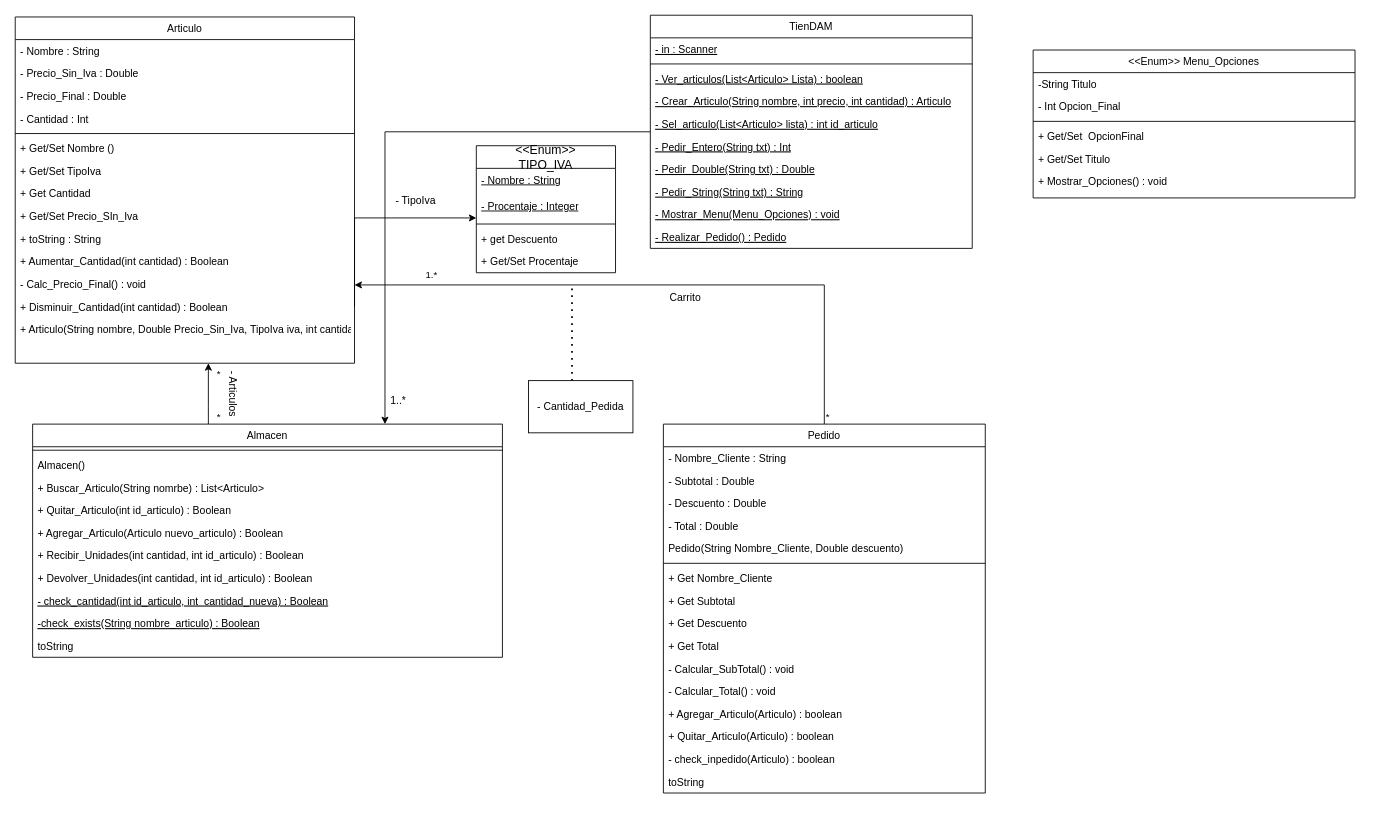
Above: Diagrama sense títol.drawio in cristian9751/Ejercicios_Progrmacion (draw.io), before the change. Source tidied: cells renumbered, new cells numbered last; positions are measured from the earlier drawing's top-left corner, leaving out a move shared by most shapes. Both pictures are drawn from the tidied source at 87%, with x=0, y=0 at pixel (15, 15). Pictures stored in the file or linked from it are replaced by grey dashed boxes.
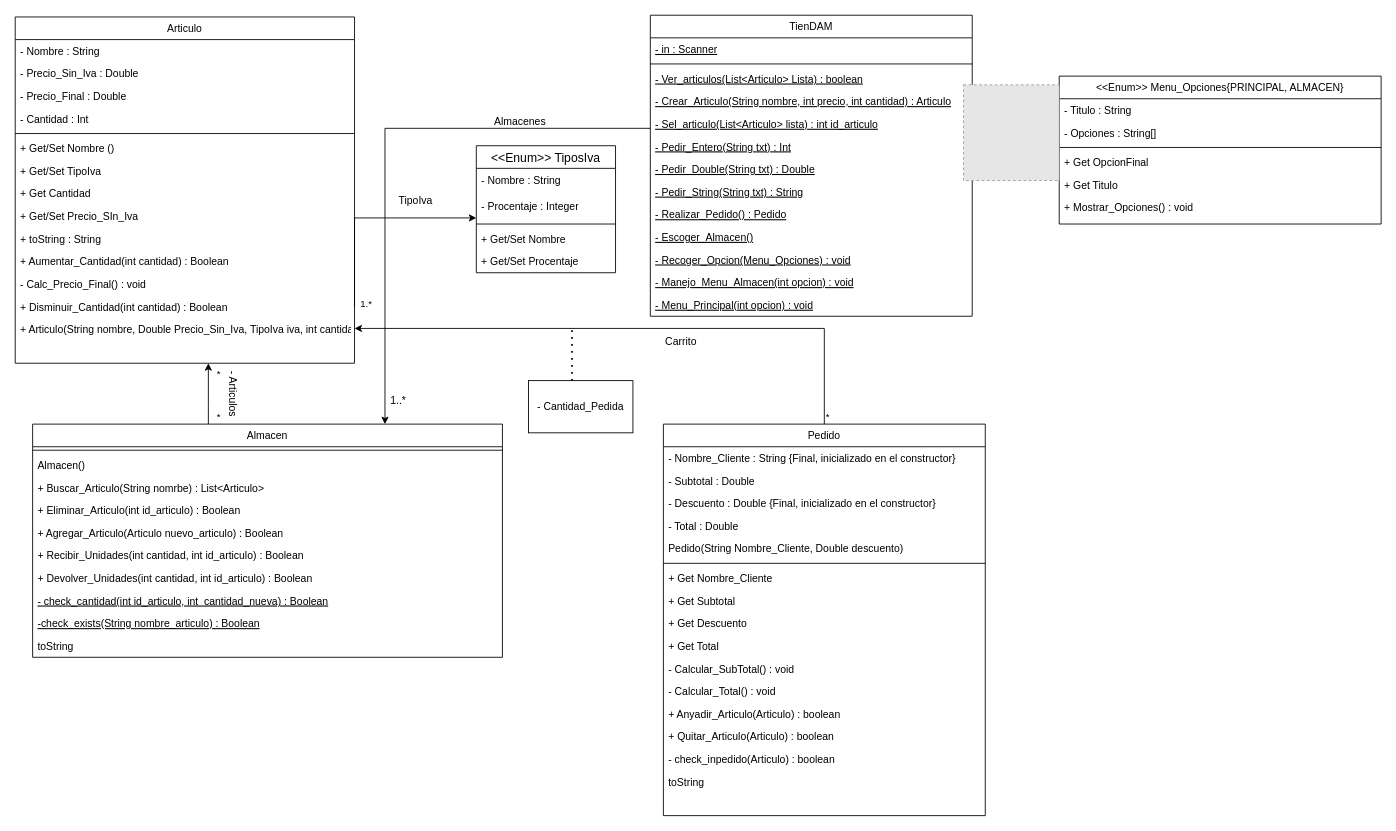
Above is the later version.

Unchanged cells that the change refers to:
```xml
<mxCell id="18" value="Almacen" style="swimlane;fontStyle=0;align=center;verticalAlign=top;horizontal=1;startSize=26;rounded=0;shadow=0;strokeWidth=1;" parent="1" vertex="1">
  <mxGeometry x="20" y="470" width="540" height="268" as="geometry" />
</mxCell>
```

Diff of the diagram source:
```diff
@@
-    <mxCell id="22" value="+ Quitar_Articulo(int id_articulo) : Boolean" style="text;align=left;verticalAlign=top;spacingLeft=4;spacingRight=4;overflow=hidden;" parent="18" vertex="1">
+    <mxCell id="22" value="+ Eliminar_Articulo(int id_articulo) : Boolean" style="text;align=left;verticalAlign=top;spacingLeft=4;spacingRight=4;overflow=hidden;" parent="18" vertex="1">
       <mxGeometry y="86" width="540" height="26" as="geometry" />
     </mxCell>
@@
     <mxCell id="29" style="edgeStyle=orthogonalEdgeStyle;rounded=0;jettySize=auto;html=1;" parent="1" edge="1" source="30">
       <mxGeometry relative="1" as="geometry">
-        <mxPoint x="390" y="310" as="targetPoint" />
+        <mxPoint x="390" y="360" as="targetPoint" />
         <Array as="points">
-          <mxPoint x="930" y="310" />
-          <mxPoint x="390" y="310" />
+          <mxPoint x="930" y="360" />
+          <mxPoint x="390" y="360" />
         </Array>
       </mxGeometry>
     </mxCell>
     <mxCell id="30" value="Pedido" style="swimlane;fontStyle=0;align=center;verticalAlign=top;horizontal=1;startSize=26;rounded=0;shadow=0;strokeWidth=1;" parent="1" vertex="1">
-      <mxGeometry x="745" y="470" width="370" height="424" as="geometry" />
+      <mxGeometry x="745" y="470" width="370" height="450" as="geometry" />
     </mxCell>
-    <mxCell id="31" value="- Nombre_Cliente : String" style="text;align=left;verticalAlign=top;spacingLeft=4;spacingRight=4;overflow=hidden;" parent="30" vertex="1">
+    <mxCell id="31" value="- Nombre_Cliente : String {Final, inicializado en el constructor}" style="text;align=left;verticalAlign=top;spacingLeft=4;spacingRight=4;overflow=hidden;" parent="30" vertex="1">
       <mxGeometry y="26" width="370" height="26" as="geometry" />
     </mxCell>
@@
-    <mxCell id="33" value="- Descuento : Double" style="text;align=left;verticalAlign=top;spacingLeft=4;spacingRight=4;overflow=hidden;" parent="30" vertex="1">
+    <mxCell id="33" value="- Descuento : Double {Final, inicializado en el constructor}" style="text;align=left;verticalAlign=top;spacingLeft=4;spacingRight=4;overflow=hidden;" parent="30" vertex="1">
       <mxGeometry y="78" width="370" height="26" as="geometry" />
     </mxCell>
@@
-    <mxCell id="43" value="+ Agregar_Articulo(Articulo) : boolean" style="text;align=left;verticalAlign=top;spacingLeft=4;spacingRight=4;overflow=hidden;" parent="30" vertex="1">
-      <mxGeometry y="320" width="370" height="26" as="geometry" />
-    </mxCell>
+    <mxCell id="83" value="+ Anyadir_Articulo(Articulo) : boolean" style="text;align=left;verticalAlign=top;spacingLeft=4;spacingRight=4;overflow=hidden;" parent="30" vertex="1">
+      <mxGeometry y="320" width="370" height="26" as="geometry" />
+    </mxCell>
@@
     <mxCell id="47" style="edgeStyle=orthogonalEdgeStyle;rounded=0;jettySize=auto;html=1;entryX=0.75;entryY=0;entryDx=0;entryDy=0;" parent="1" edge="1" source="48" target="18">
-      <mxGeometry relative="1" as="geometry" />
+      <mxGeometry relative="1" as="geometry">
+        <Array as="points">
+          <mxPoint x="425" y="130" />
+        </Array>
+      </mxGeometry>
     </mxCell>
     <mxCell id="48" value="TienDAM&#10;" style="swimlane;fontStyle=0;align=center;verticalAlign=top;horizontal=1;startSize=26;rounded=0;shadow=0;strokeWidth=1;" parent="1" vertex="1">
-      <mxGeometry x="730" width="370" height="268" as="geometry" />
+      <mxGeometry x="730" width="370" height="346" as="geometry" />
     </mxCell>
@@
-    <mxCell id="57" value="- Mostrar_Menu(Menu_Opciones) : void" style="text;align=left;verticalAlign=top;spacingLeft=4;spacingRight=4;overflow=hidden;fontStyle=4;" parent="48" vertex="1">
-      <mxGeometry y="216" width="370" height="26" as="geometry" />
-    </mxCell>
     <mxCell id="58" value="- Realizar_Pedido() : Pedido" style="text;align=left;verticalAlign=top;spacingLeft=4;spacingRight=4;overflow=hidden;fontStyle=4;" parent="48" vertex="1">
-      <mxGeometry y="242" width="370" height="26" as="geometry" />
+      <mxGeometry y="216" width="370" height="26" as="geometry" />
     </mxCell>
+    <mxCell id="84" value="- Escoger_Almacen()" style="text;align=left;verticalAlign=top;spacingLeft=4;spacingRight=4;overflow=hidden;fontStyle=4;" parent="48" vertex="1">
+      <mxGeometry y="242" width="370" height="26" as="geometry" />
+    </mxCell>
+    <mxCell id="85" value="- Recoger_Opcion(Menu_Opciones) : void" style="text;align=left;verticalAlign=top;spacingLeft=4;spacingRight=4;overflow=hidden;fontStyle=4;" parent="48" vertex="1">
+      <mxGeometry y="268" width="370" height="26" as="geometry" />
+    </mxCell>
+    <mxCell id="86" value="- Manejo_Menu_Almacen(int opcion) : void" style="text;align=left;verticalAlign=top;spacingLeft=4;spacingRight=4;overflow=hidden;fontStyle=4;" parent="48" vertex="1">
+      <mxGeometry y="294" width="370" height="26" as="geometry" />
+    </mxCell>
+    <mxCell id="87" value="- Menu_Principal(int opcion) : void" style="text;align=left;verticalAlign=top;spacingLeft=4;spacingRight=4;overflow=hidden;fontStyle=4;" parent="48" vertex="1">
+      <mxGeometry y="320" width="370" height="26" as="geometry" />
+    </mxCell>
-    <mxCell id="59" value="&lt;&lt;Enum&gt;&gt;&#10;TIPO_IVA" style="swimlane;fontStyle=0;horizontal=1;startSize=26;align=center;fontSize=14;" parent="1" vertex="1">
+    <mxCell id="59" value="&lt;&lt;Enum&gt;&gt; TiposIva" style="swimlane;fontStyle=0;horizontal=1;startSize=26;align=center;fontSize=14;" parent="1" vertex="1">
       <mxGeometry x="530" y="150" width="160" height="146" as="geometry" />
     </mxCell>
-    <mxCell id="60" value="&lt;u&gt;- Nombre : String&lt;br&gt;&lt;/u&gt;" style="text;strokeColor=none;fillColor=none;spacingLeft=4;spacingRight=4;overflow=hidden;fontSize=12;whiteSpace=wrap;html=1;" parent="59" vertex="1">
+    <mxCell id="60" value="- Nombre : String" style="text;strokeColor=none;fillColor=none;spacingLeft=4;spacingRight=4;overflow=hidden;fontSize=12;whiteSpace=wrap;html=1;" parent="59" vertex="1">
       <mxGeometry y="26" width="160" height="30" as="geometry" />
     </mxCell>
-    <mxCell id="61" value="&lt;u&gt;- Procentaje : Integer&lt;br&gt;&lt;/u&gt;" style="text;strokeColor=none;fillColor=none;spacingLeft=4;spacingRight=4;overflow=hidden;fontSize=12;whiteSpace=wrap;html=1;" parent="59" vertex="1">
+    <mxCell id="61" value="- Procentaje : Integer" style="text;strokeColor=none;fillColor=none;spacingLeft=4;spacingRight=4;overflow=hidden;fontSize=12;whiteSpace=wrap;html=1;" parent="59" vertex="1">
       <mxGeometry y="56" width="160" height="30" as="geometry" />
     </mxCell>
@@
-    <mxCell id="63" value="+ get Descuento" style="text;align=left;verticalAlign=top;spacingLeft=4;spacingRight=4;overflow=hidden;" parent="59" vertex="1">
+    <mxCell id="63" value="+ Get/Set Nombre" style="text;align=left;verticalAlign=top;spacingLeft=4;spacingRight=4;overflow=hidden;" parent="59" vertex="1">
       <mxGeometry y="94" width="160" height="26" as="geometry" />
     </mxCell>
@@
     <mxCell id="66" value="1.*" style="edgeLabel;html=1;align=left;verticalAlign=bottom;" parent="1" vertex="1">
-      <mxGeometry x="270.1" y="410" as="geometry">
+      <mxGeometry x="195" y="443" as="geometry">
         <mxPoint x="200" y="-103" as="offset" />
       </mxGeometry>
     </mxCell>
@@
-    <mxCell id="71" value="- TipoIva" style="text;html=1;align=center;verticalAlign=middle;strokeColor=none;fillColor=none;" parent="1" vertex="1">
-      <mxGeometry x="425" y="198" width="70" height="30" as="geometry" />
+    <mxCell id="71" value="TipoIva" style="text;html=1;align=center;verticalAlign=middle;strokeColor=none;fillColor=none;" parent="1" vertex="1">
+      <mxGeometry x="430" y="198" width="60" height="30" as="geometry" />
     </mxCell>
     <mxCell id="72" value="Carrito" style="text;html=1;align=center;verticalAlign=middle;strokeColor=none;fillColor=none;" parent="1" vertex="1">
-      <mxGeometry x="740" y="310" width="60" height="30" as="geometry" />
+      <mxGeometry x="735" y="360" width="60" height="30" as="geometry" />
     </mxCell>
@@
     <mxCell id="74" style="endArrow=none;dashed=1;html=1;dashPattern=1 3;strokeWidth=2;rounded=0;" parent="1" edge="1">
       <mxGeometry relative="1" as="geometry">
         <mxPoint x="640" y="420" as="sourcePoint" />
-        <mxPoint x="640" y="310" as="targetPoint" />
+        <mxPoint x="640" y="360" as="targetPoint" />
       </mxGeometry>
     </mxCell>
@@
-    <mxCell id="76" value="&lt;&lt;Enum&gt;&gt; Menu_Opciones" style="swimlane;fontStyle=0;align=center;verticalAlign=top;horizontal=1;startSize=26;rounded=0;shadow=0;strokeWidth=1;spacingBottom=1;" parent="1" vertex="1">
-      <mxGeometry x="1170" y="40" width="370" height="170" as="geometry" />
+    <mxCell id="76" value="&lt;&lt;Enum&gt;&gt; Menu_Opciones{PRINCIPAL, ALMACEN}" style="swimlane;fontStyle=0;align=center;verticalAlign=top;horizontal=1;startSize=26;rounded=0;shadow=0;strokeWidth=1;spacingBottom=1;" parent="1" vertex="1">
+      <mxGeometry x="1200" y="70" width="370" height="170" as="geometry" />
     </mxCell>
-    <mxCell id="77" value="-String Titulo" style="text;align=left;verticalAlign=top;spacingLeft=4;spacingRight=4;overflow=hidden;fontStyle=0;" parent="76" vertex="1">
+    <mxCell id="77" value="- Titulo : String" style="text;align=left;verticalAlign=top;spacingLeft=4;spacingRight=4;overflow=hidden;fontStyle=0;" parent="76" vertex="1">
       <mxGeometry y="26" width="370" height="26" as="geometry" />
     </mxCell>
-    <mxCell id="78" value="- Int Opcion_Final" style="text;align=left;verticalAlign=top;spacingLeft=4;spacingRight=4;overflow=hidden;fontStyle=0;" parent="76" vertex="1">
-      <mxGeometry y="52" width="370" height="26" as="geometry" />
-    </mxCell>
+    <mxCell id="88" value="- Opciones : String[]" style="text;align=left;verticalAlign=top;spacingLeft=4;spacingRight=4;overflow=hidden;fontStyle=0;" parent="76" vertex="1">
+      <mxGeometry y="52" width="370" height="26" as="geometry" />
+    </mxCell>
@@
-    <mxCell id="80" value="+ Get/Set  OpcionFinal" style="text;align=left;verticalAlign=top;spacingLeft=4;spacingRight=4;overflow=hidden;fontStyle=0;" parent="76" vertex="1">
+    <mxCell id="80" value="+ Get OpcionFinal" style="text;align=left;verticalAlign=top;spacingLeft=4;spacingRight=4;overflow=hidden;fontStyle=0;" parent="76" vertex="1">
       <mxGeometry y="86" width="370" height="26" as="geometry" />
     </mxCell>
-    <mxCell id="81" value="+ Get/Set Titulo" style="text;align=left;verticalAlign=top;spacingLeft=4;spacingRight=4;overflow=hidden;fontStyle=0;" parent="76" vertex="1">
+    <mxCell id="81" value="+ Get Titulo" style="text;align=left;verticalAlign=top;spacingLeft=4;spacingRight=4;overflow=hidden;fontStyle=0;" parent="76" vertex="1">
       <mxGeometry y="112" width="370" height="26" as="geometry" />
     </mxCell>
@@
+    <mxCell id="89" style="fillColor=#E6E6E6;strokeColor=#999999;dashed=1;html=1;verticalAlign=top;verticalLabelPosition=bottom;labelBackgroundColor=#ffffff;" parent="1" vertex="1">
+      <mxGeometry x="1090" y="80" width="110" height="110" as="geometry" />
+    </mxCell>
+    <mxCell id="90" value="Almacenes" style="text;html=1;align=center;verticalAlign=middle;strokeColor=none;fillColor=none;" parent="1" vertex="1">
+      <mxGeometry x="540" y="108" width="80" height="30" as="geometry" />
+    </mxCell>
```
